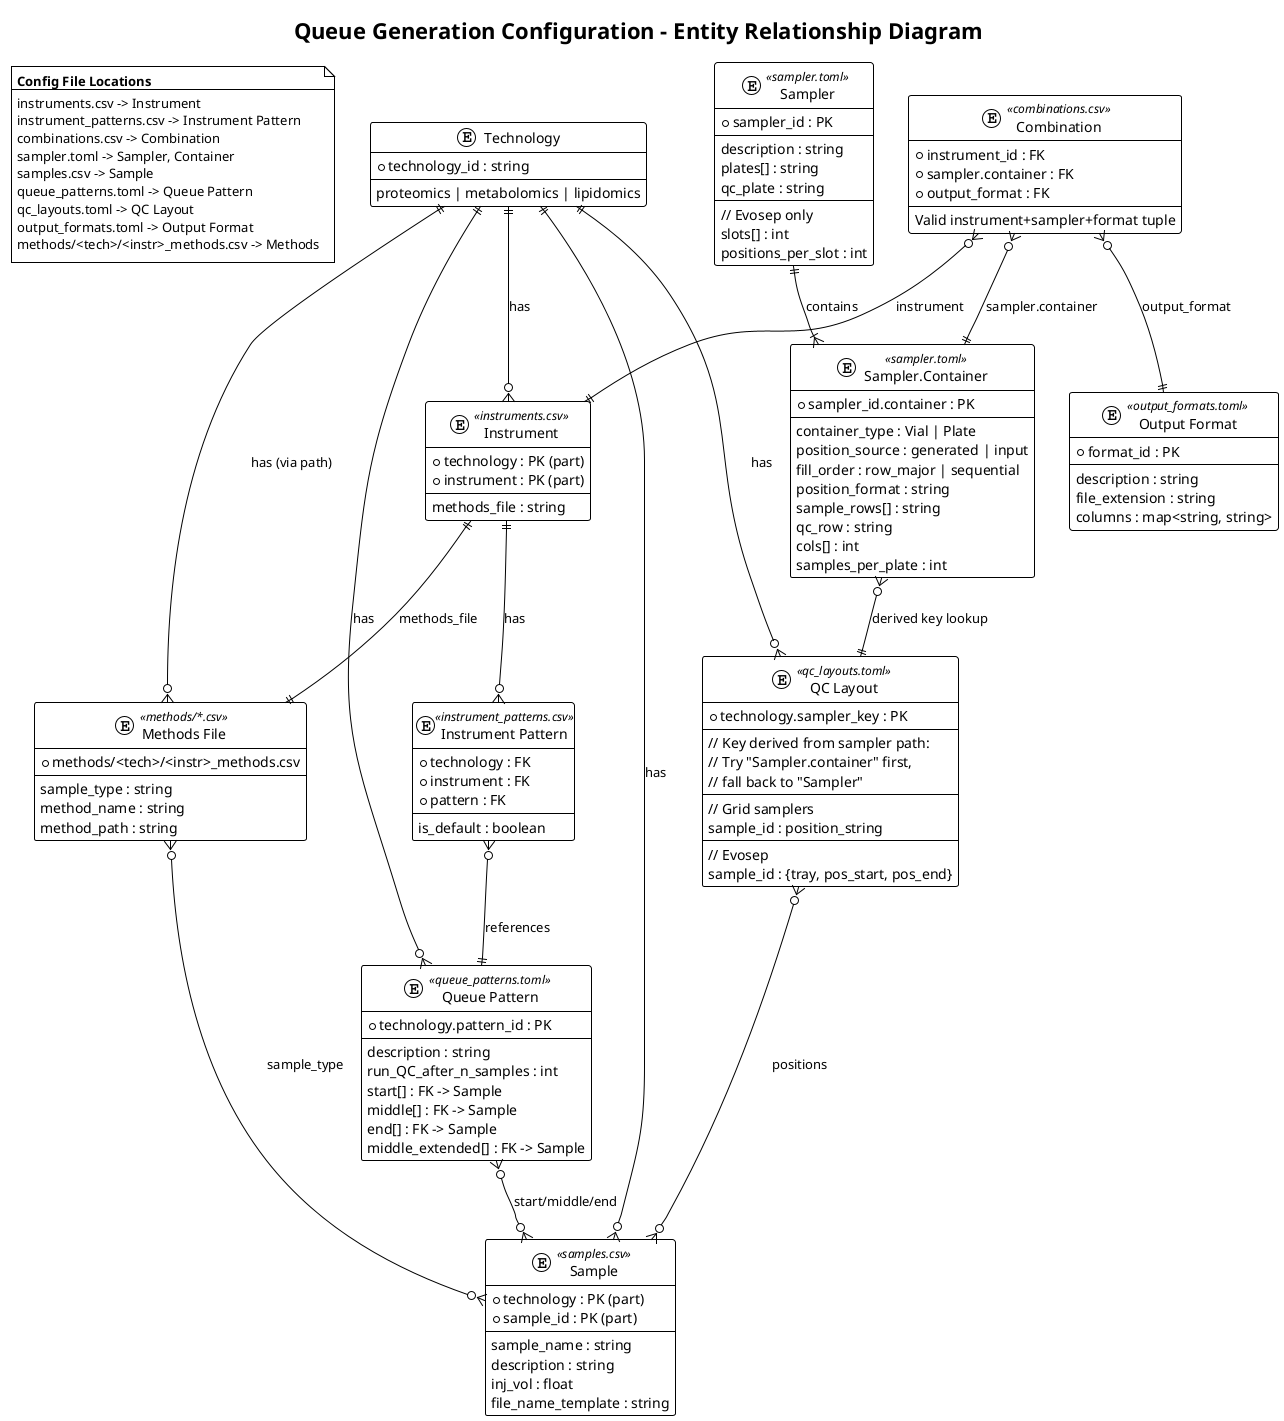
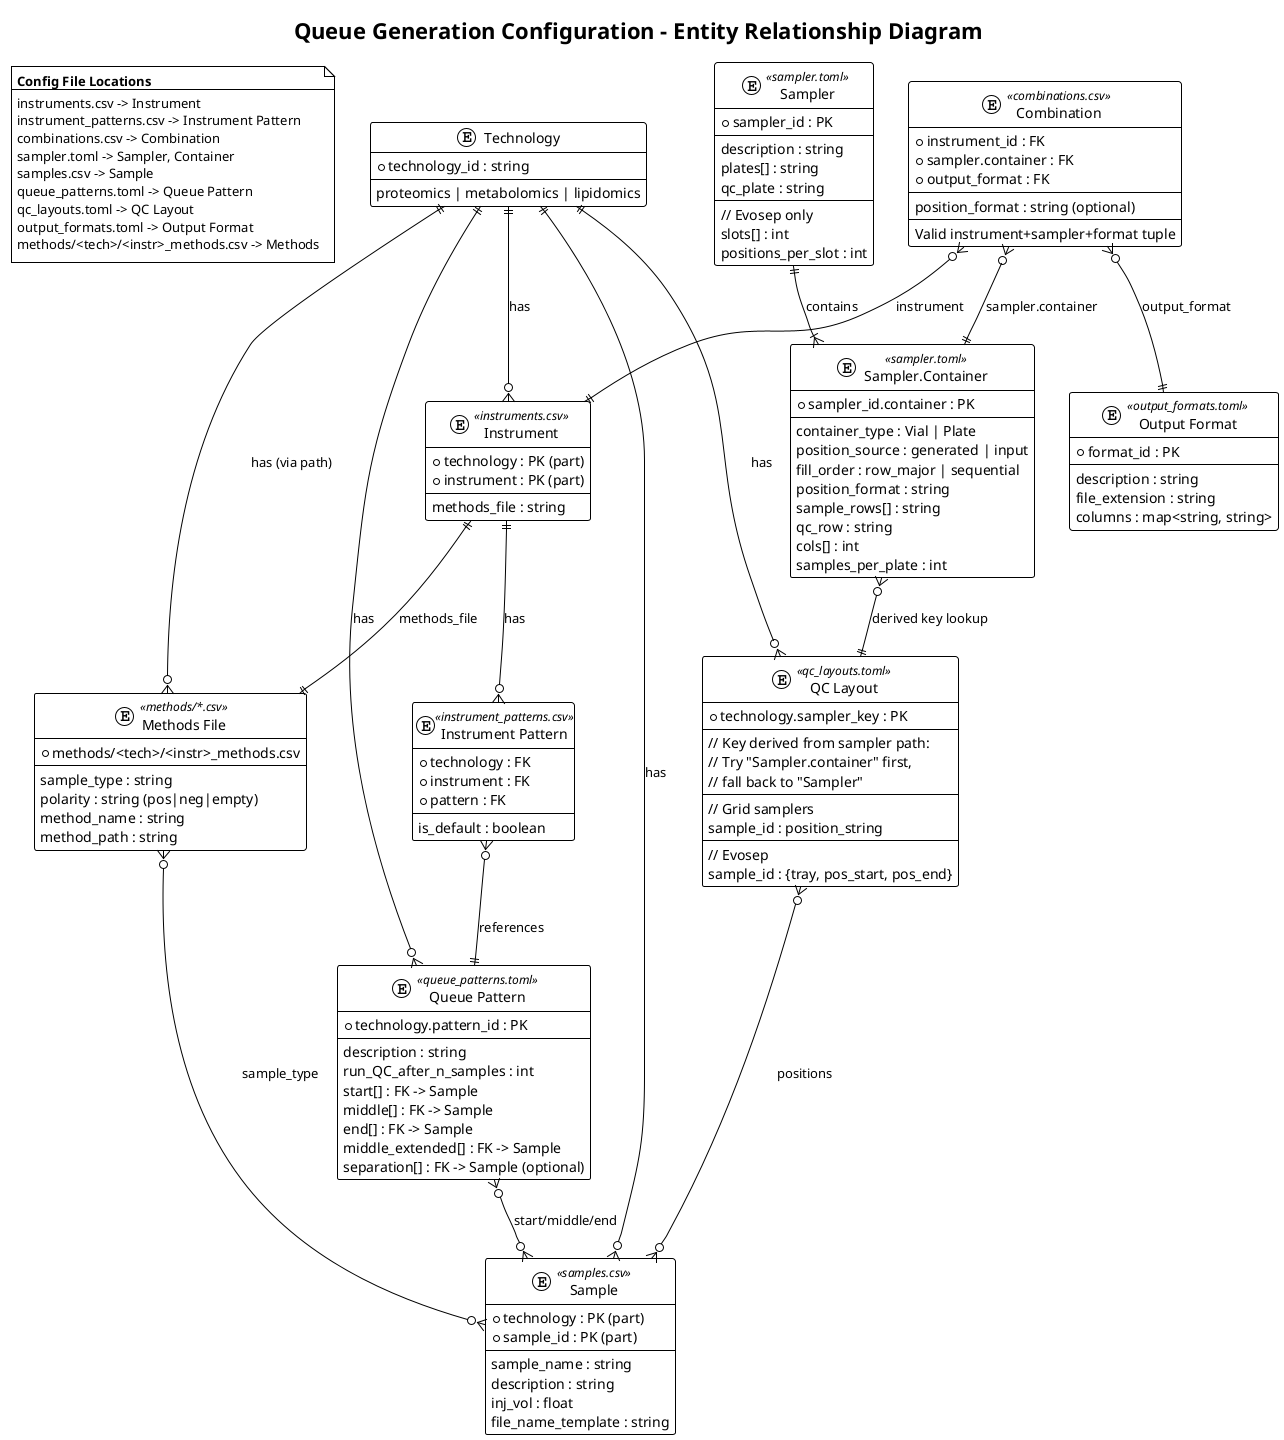
@startuml config_er
!theme plain
title Queue Generation Configuration - Entity Relationship Diagram

' Legend: Config file locations
note as FileLocations
  **Config File Locations**
  ----
  instruments.csv -> Instrument
  instrument_patterns.csv -> Instrument Pattern
  combinations.csv -> Combination
  sampler.toml -> Sampler, Container
  samples.csv -> Sample
  queue_patterns.toml -> Queue Pattern
  qc_layouts.toml -> QC Layout
  output_formats.toml -> Output Format
  methods/<tech>/<instr>_methods.csv -> Methods
end note

' Entities
entity "Technology" as tech {
  * technology_id : string
  --
  proteomics | metabolomics | lipidomics
}

entity "Instrument" as instr <<instruments.csv>> {
  * technology : PK (part)
  * instrument : PK (part)
  --
  methods_file : string
}

entity "Instrument Pattern" as instr_pattern <<instrument_patterns.csv>> {
  * technology : FK
  * instrument : FK
  * pattern : FK
  --
  is_default : boolean
}

entity "Sampler" as sampler <<sampler.toml>> {
  * sampler_id : PK
  --
  description : string
  plates[] : string
  qc_plate : string
  --
  // Evosep only
  slots[] : int
  positions_per_slot : int
}

entity "Sampler.Container" as container <<sampler.toml>> {
  * sampler_id.container : PK
  --
  container_type : Vial | Plate
  position_source : generated | input
  fill_order : row_major | sequential
  position_format : string
  sample_rows[] : string
  qc_row : string
  cols[] : int
  samples_per_plate : int
}

entity "Output Format" as outfmt <<output_formats.toml>> {
  * format_id : PK
  --
  description : string
  file_extension : string
  columns : map<string, string>
}

entity "Combination" as combo <<combinations.csv>> {
  * instrument_id : FK
  * sampler.container : FK
  * output_format : FK
  --
+   position_format : string (optional)
+   ----
  Valid instrument+sampler+format tuple
}

entity "Queue Pattern" as pattern <<queue_patterns.toml>> {
  * technology.pattern_id : PK
  --
  description : string
  run_QC_after_n_samples : int
  start[] : FK -> Sample
  middle[] : FK -> Sample
  end[] : FK -> Sample
  middle_extended[] : FK -> Sample
+   separation[] : FK -> Sample (optional)
}

entity "Sample" as sample <<samples.csv>> {
  * technology : PK (part)
  * sample_id : PK (part)
  --
  sample_name : string
  description : string
  inj_vol : float
  file_name_template : string
}

entity "QC Layout" as qclayout <<qc_layouts.toml>> {
  * technology.sampler_key : PK
  --
  // Key derived from sampler path:
  // Try "Sampler.container" first,
  // fall back to "Sampler"
  --
  // Grid samplers
  sample_id : position_string
  --
  // Evosep
  sample_id : {tray, pos_start, pos_end}
}

entity "Methods File" as methods <<methods/*.csv>> {
  * methods/<tech>/<instr>_methods.csv
  --
  sample_type : string
+   polarity : string (pos|neg|empty)
  method_name : string
  method_path : string
}

' Relationships
tech ||--o{ instr : "has"
tech ||--o{ pattern : "has"
tech ||--o{ sample : "has"
tech ||--o{ qclayout : "has"
tech ||--o{ methods : "has (via path)"

sampler ||--|{ container : "contains"
container }o--|| qclayout : "derived key lookup"

instr ||--o{ instr_pattern : "has"
instr_pattern }o--|| pattern : "references"
instr ||--|| methods : "methods_file"

pattern }o--o{ sample : "start/middle/end"
qclayout }o--o{ sample : "positions"
methods }o--o{ sample : "sample_type"

combo }o--|| instr : "instrument"
combo }o--|| container : "sampler.container"
combo }o--|| outfmt : "output_format"

@enduml
